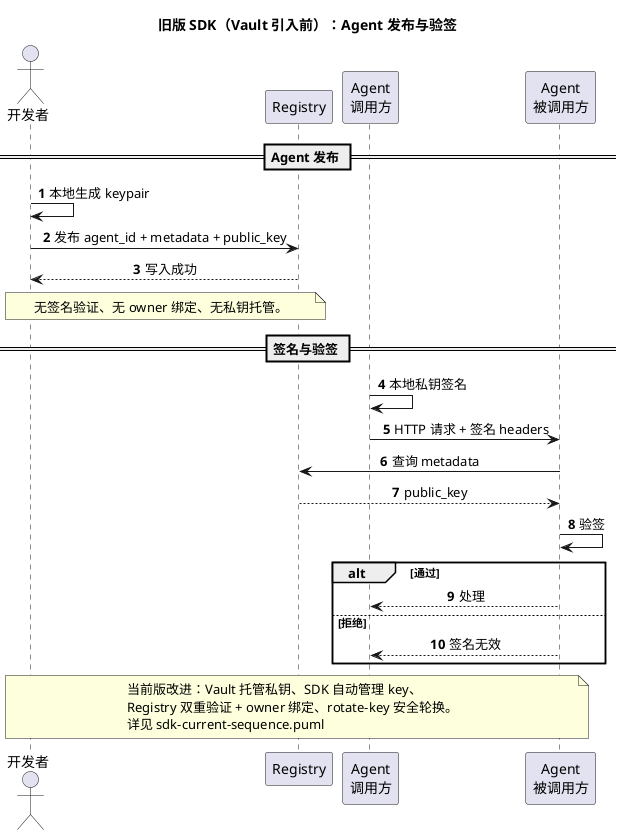
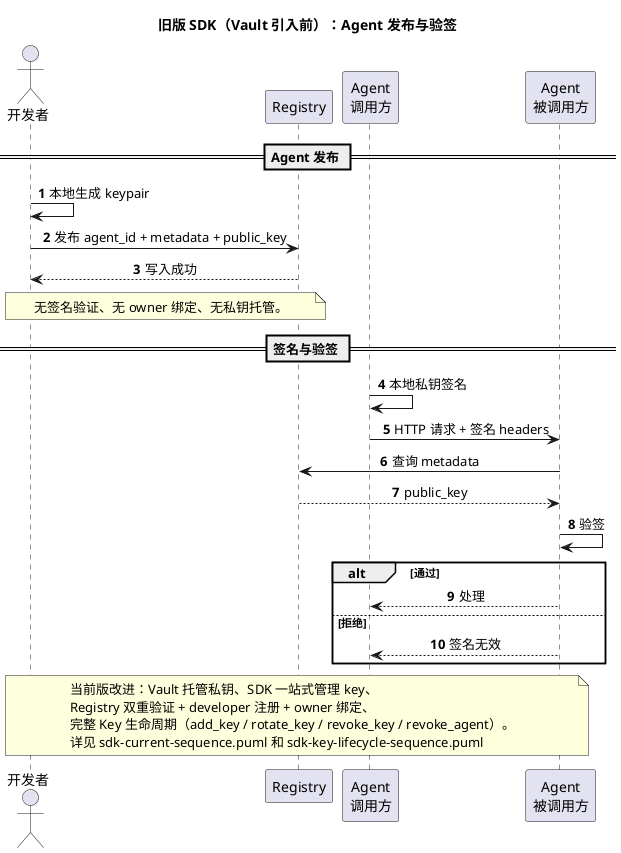
@startuml
title 旧版 SDK（Vault 引入前）：Agent 发布与验签

skinparam shadowing false
skinparam sequenceMessageAlign center
skinparam responseMessageBelowArrow true

<style>
  participant { Padding 28 }
  box { Padding 10 }
</style>

autonumber

actor "开发者" as Dev
participant "Registry" as Registry
participant "Agent\n调用方" as Caller
participant "Agent\n被调用方" as Callee

== Agent 发布 ==

Dev -> Dev : 本地生成 keypair
Dev -> Registry : 发布 agent_id + metadata + public_key
Registry --> Dev : 写入成功

note over Dev, Registry
无签名验证、无 owner 绑定、无私钥托管。
end note

== 签名与验签 ==

Caller -> Caller : 本地私钥签名
Caller -> Callee : HTTP 请求 + 签名 headers

Callee -> Registry : 查询 metadata
Registry --> Callee : public_key
Callee -> Callee : 验签

alt 通过
    Callee --> Caller : 处理
else 拒绝
    Callee --> Caller : 签名无效
end

note over Dev, Callee
- 当前版改进：Vault 托管私钥、SDK 自动管理 key、
- Registry 双重验证 + owner 绑定、rotate-key 安全轮换。
- 详见 sdk-current-sequence.puml
+ 当前版改进：Vault 托管私钥、SDK 一站式管理 key、
+ Registry 双重验证 + developer 注册 + owner 绑定、
+ 完整 Key 生命周期（add_key / rotate_key / revoke_key / revoke_agent）。
+ 详见 sdk-current-sequence.puml 和 sdk-key-lifecycle-sequence.puml
end note

@enduml
